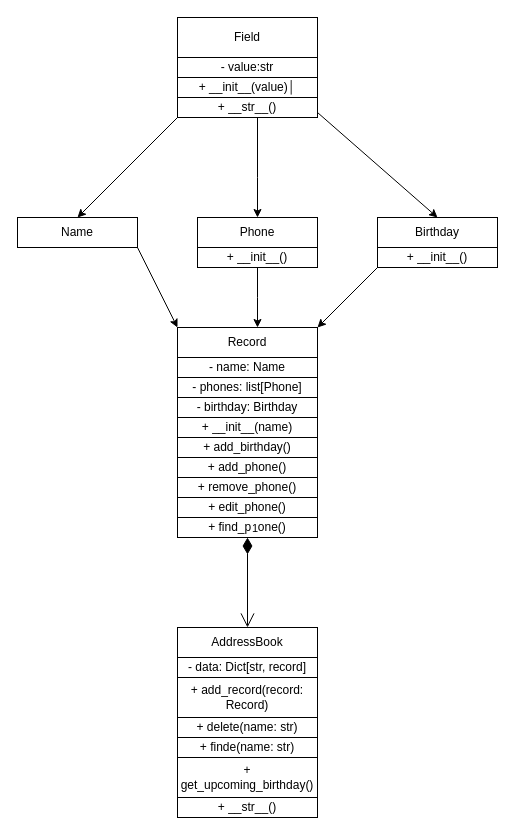
Earlier version of the draw.io diagram Диаграмма без названия.drawio (MaxymZv/web_hw01). Source tidied: cells renumbered, new cells numbered last; positions are measured from the earlier drawing's top-left corner, leaving out a move shared by most shapes. Both pictures are drawn from the tidied source at 100%, with x=0, y=0 at pixel (17, 17).
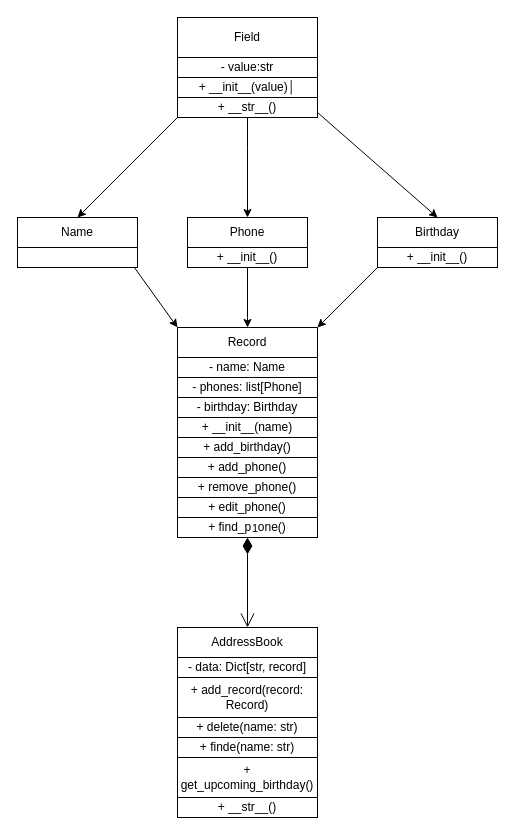
After the change.

Unchanged cells that the change refers to:
```xml
<mxCell id="6" value="&lt;div&gt;+ __str__()&lt;/div&gt;" style="rounded=0;whiteSpace=wrap;html=1;" parent="1" vertex="1">
  <mxGeometry x="160" y="80" width="140" height="20" as="geometry" />
</mxCell>
<mxCell id="7" value="Name" style="rounded=0;whiteSpace=wrap;html=1;" parent="1" vertex="1">
  <mxGeometry y="200" width="120" height="30" as="geometry" />
</mxCell>
<mxCell id="15" value="Record" style="rounded=0;whiteSpace=wrap;html=1;" parent="1" vertex="1">
  <mxGeometry x="160" y="310" width="140" height="30" as="geometry" />
</mxCell>
```

What changed in the source:
```diff
@@
     <mxCell id="5" style="edgeStyle=orthogonalEdgeStyle;rounded=0;jettySize=auto;html=1;" parent="1" edge="1" source="6" target="8">
       <mxGeometry relative="1" as="geometry">
         <Array as="points">
-          <mxPoint x="240" y="160" />
-          <mxPoint x="240" y="160" />
+          <mxPoint x="230" y="130" />
+          <mxPoint x="230" y="130" />
         </Array>
       </mxGeometry>
     </mxCell>
@@
     <mxCell id="8" value="&lt;div&gt;Phone&lt;/div&gt;" style="rounded=0;whiteSpace=wrap;html=1;" parent="1" vertex="1">
-      <mxGeometry x="180" y="200" width="120" height="30" as="geometry" />
+      <mxGeometry x="170" y="200" width="120" height="30" as="geometry" />
     </mxCell>
@@
     <mxCell id="12" style="edgeStyle=orthogonalEdgeStyle;rounded=0;jettySize=auto;html=1;" parent="1" edge="1" source="13" target="15">
       <mxGeometry relative="1" as="geometry">
         <Array as="points">
-          <mxPoint x="240" y="280" />
-          <mxPoint x="240" y="280" />
+          <mxPoint x="230" y="300" />
+          <mxPoint x="230" y="300" />
         </Array>
       </mxGeometry>
     </mxCell>
     <mxCell id="13" value="+ __init__()" style="rounded=0;whiteSpace=wrap;html=1;" parent="1" vertex="1">
-      <mxGeometry x="180" y="230" width="120" height="20" as="geometry" />
+      <mxGeometry x="170" y="230" width="120" height="20" as="geometry" />
     </mxCell>
@@
-    <mxCell id="16" style="endArrow=classic;html=1;rounded=0;exitX=1;exitY=1;exitDx=0;exitDy=0;entryX=0;entryY=0;entryDx=0;entryDy=0;" parent="1" edge="1" source="7" target="15">
+    <mxCell id="16" style="endArrow=classic;html=1;rounded=0;exitX=0.95;exitY=0.8;exitDx=0;exitDy=0;entryX=0;entryY=0;entryDx=0;entryDy=0;exitPerimeter=0;" parent="1" edge="1" source="35" target="15">
       <mxGeometry relative="1" as="geometry" />
     </mxCell>
@@
+    <mxCell id="35" style="rounded=0;whiteSpace=wrap;html=1;" parent="1" vertex="1">
+      <mxGeometry y="230" width="120" height="20" as="geometry" />
+    </mxCell>
```
